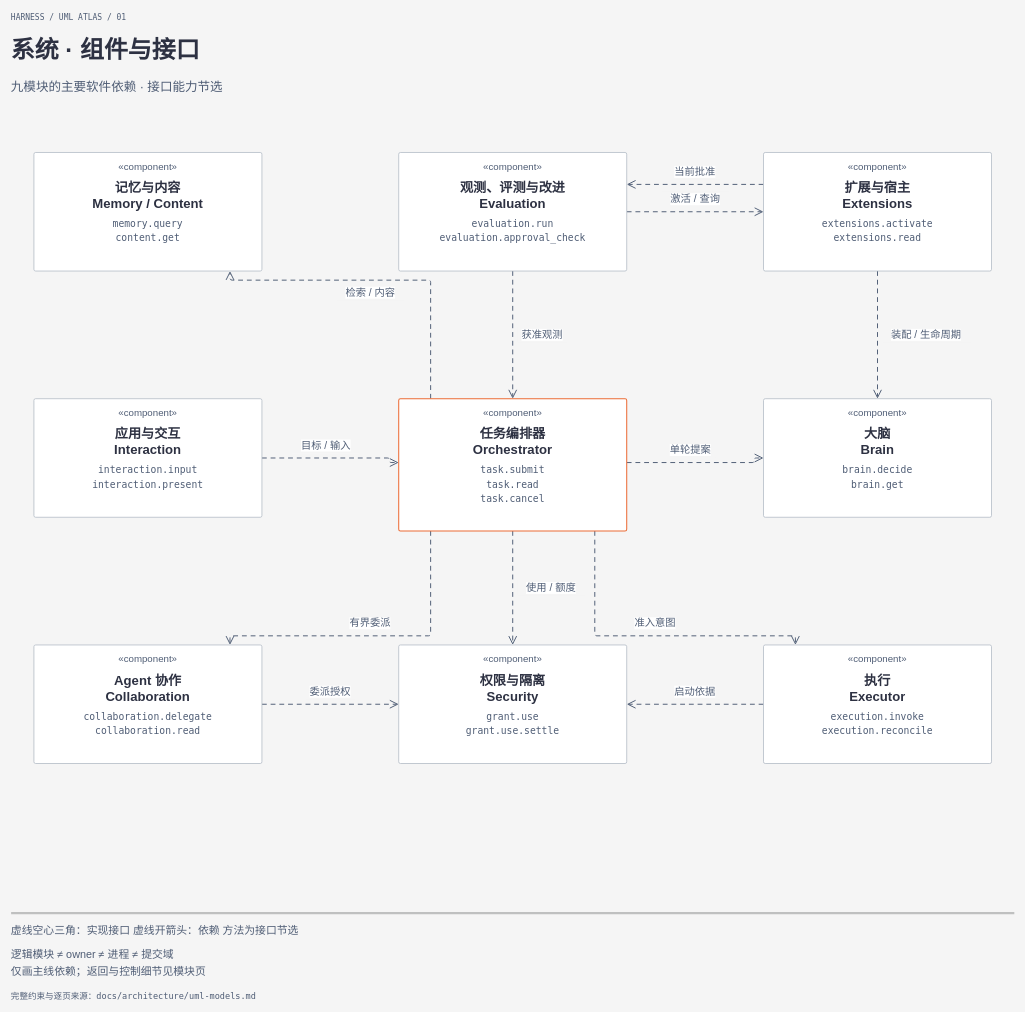
Above: page "01 系统 · 组件与接口" (1 of 20) of docs/architecture/diagrams/uml-models.drawio in ruipengliu/lerna (draw.io), before the change. Source tidied: cells renumbered, new cells numbered last; positions are measured from the earlier drawing's top-left corner, leaving out a move shared by most shapes. Both pictures are drawn from the tidied source at 57%, with x=0, y=0 at pixel (11, 10).
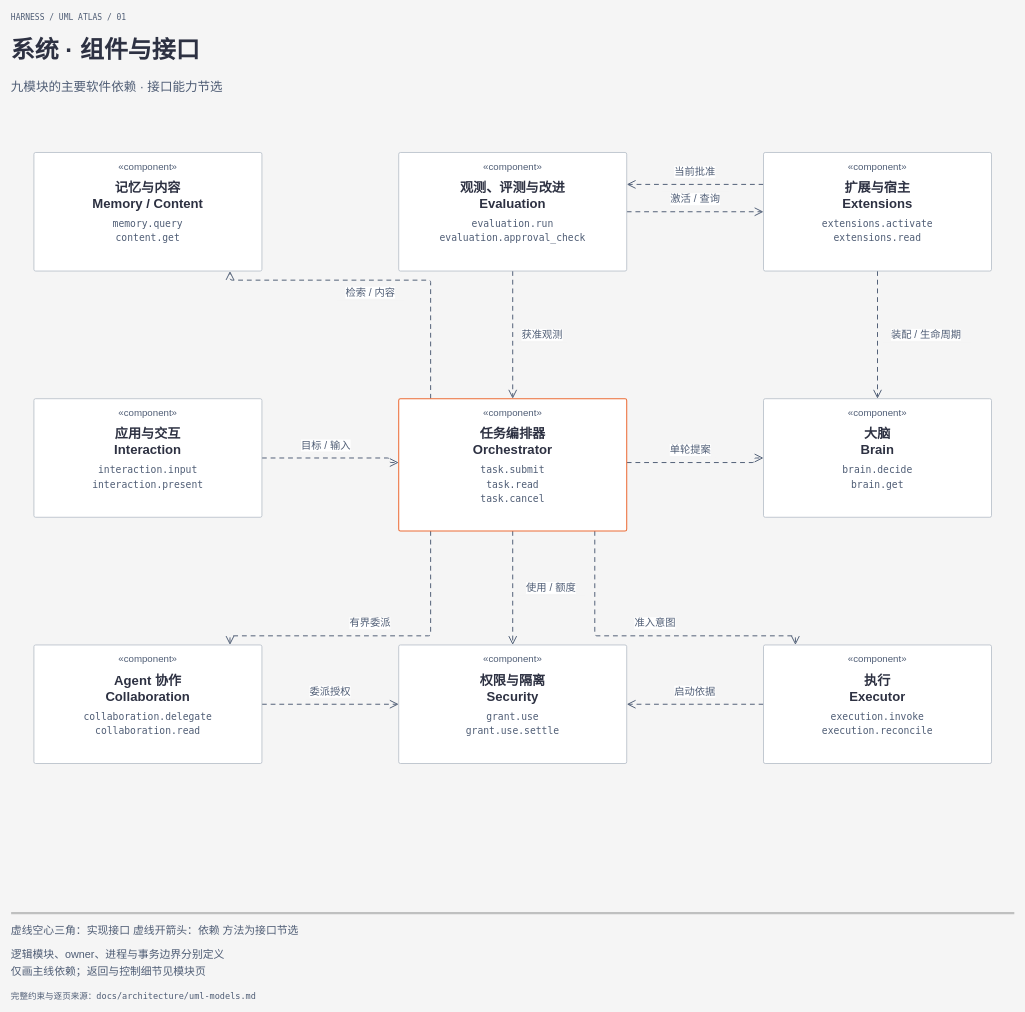
The same page after the edit.

Diff of the diagram source:
```diff
@@
-    <mxCell id="77" value="逻辑模块 ≠ owner ≠ 进程 ≠ 提交域" style="text;html=0;whiteSpace=wrap;overflow=hidden;strokeColor=none;fillColor=none;align=left;verticalAlign=middle;spacing=0;fontFamily=Geist, PingFang SC, Microsoft YaHei;fontSize=19;fontColor=#4f5d75;fontStyle=0;" parent="1" vertex="1">
+    <mxCell id="77" value="逻辑模块、owner、进程与事务边界分别定义" style="text;html=0;whiteSpace=wrap;overflow=hidden;strokeColor=none;fillColor=none;align=left;verticalAlign=middle;spacing=0;fontFamily=Geist, PingFang SC, Microsoft YaHei;fontSize=19;fontColor=#4f5d75;fontStyle=0;" parent="1" vertex="1">
       <mxGeometry y="1643" width="1760" height="28" as="geometry" />
     </mxCell>
```
